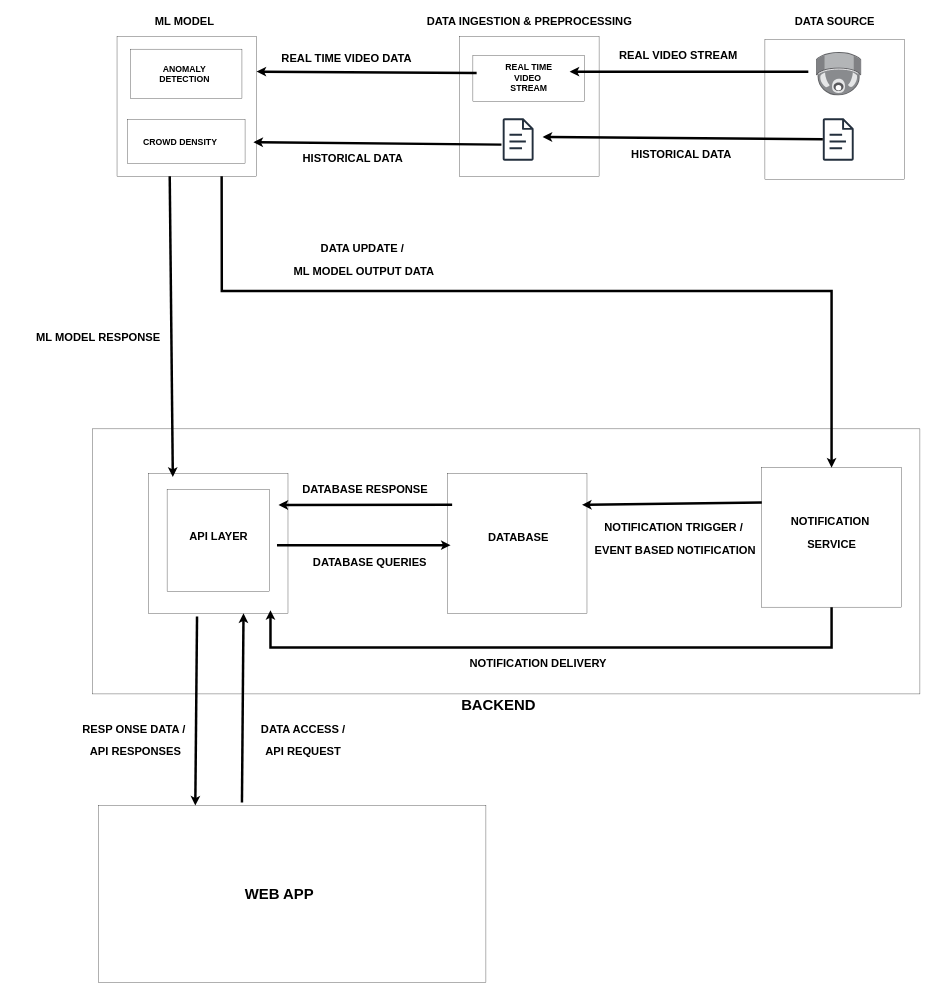
The draw.io diagram Untitled Diagram.drawio in akhil888binoy/60DaysOfDevOps, before the edit. Source tidied: cells renumbered, new cells numbered last; positions are measured from the earlier drawing's top-left corner, leaving out a move shared by most shapes. Both pictures are drawn from the tidied source at 31%, with x=0, y=0 at pixel (24, 15).
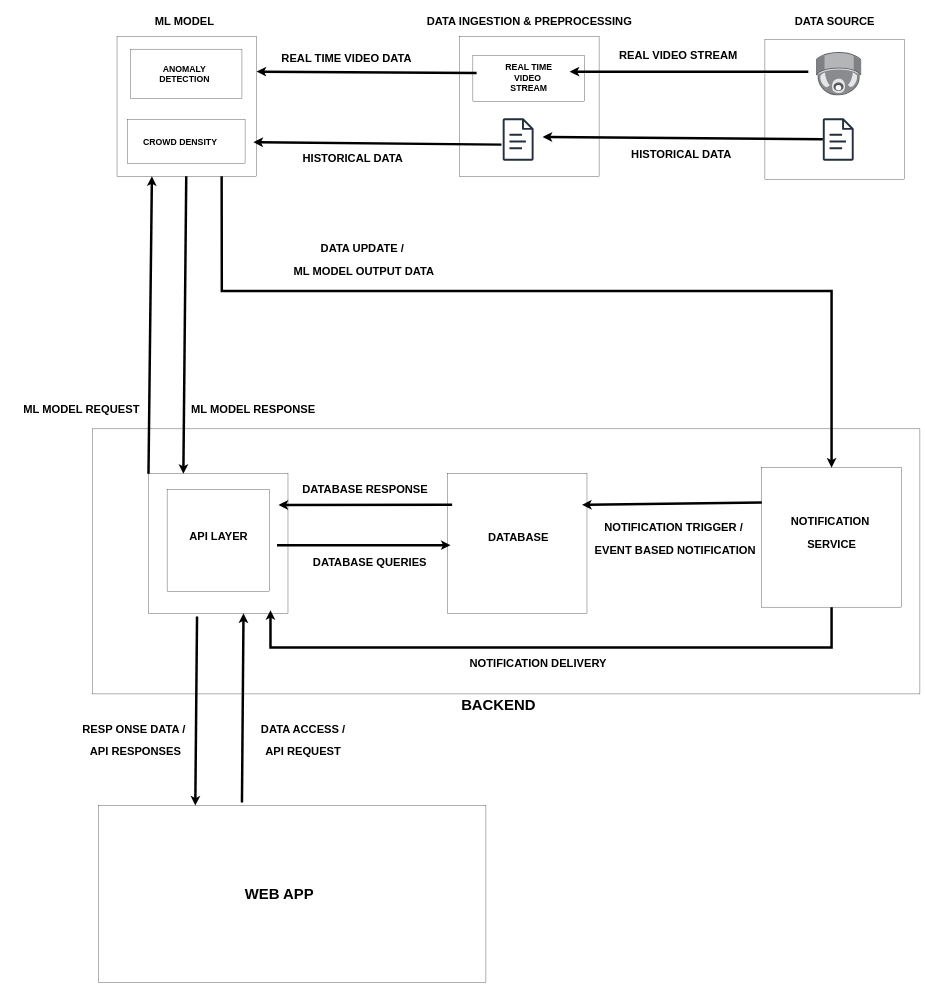
Above is the later version.

The change refers to these unchanged cells:
```xml
<mxCell id="14" style="whiteSpace=wrap;html=1;" parent="1" vertex="1">
  <mxGeometry x="300" y="70" width="450" height="450" as="geometry" />
</mxCell>
<mxCell id="23" style="whiteSpace=wrap;html=1;" parent="1" vertex="1">
  <mxGeometry x="401.5" y="1480" width="450" height="450" as="geometry" />
</mxCell>
```

Change to the diagram source:
```diff
@@
+    <mxCell id="53" style="endArrow=classic;html=1;rounded=0;strokeWidth=8;entryX=0.25;entryY=1;entryDx=0;entryDy=0;exitX=0;exitY=0;exitDx=0;exitDy=0;" parent="1" edge="1" source="23" target="14">
+      <mxGeometry relative="1" as="geometry" />
+    </mxCell>
-    <mxCell id="34" style="endArrow=classic;html=1;rounded=0;strokeWidth=8;entryX=0.25;entryY=0;entryDx=0;entryDy=0;" parent="1" edge="1">
+    <mxCell id="34" style="endArrow=classic;html=1;rounded=0;strokeWidth=8;entryX=0.25;entryY=0;entryDx=0;entryDy=0;" parent="1" edge="1" target="23">
       <mxGeometry relative="1" as="geometry">
-        <mxPoint x="470" y="520" as="sourcePoint" />
-        <mxPoint x="480" y="1490" as="targetPoint" />
+        <mxPoint x="523.3" y="520" as="sourcePoint" />
       </mxGeometry>
     </mxCell>
@@
+    <mxCell id="54" value="&lt;h2&gt;ML MODEL REQUEST&lt;/h2&gt;" style="text;strokeColor=none;fillColor=none;html=1;fontSize=24;fontStyle=1;verticalAlign=middle;align=center;" parent="1" vertex="1">
+      <mxGeometry x="-60" y="1250" width="490" height="40" as="geometry" />
+    </mxCell>
     <mxCell id="40" value="&lt;h2&gt;ML MODEL RESPONSE&lt;/h2&gt;" style="text;strokeColor=none;fillColor=none;html=1;fontSize=24;fontStyle=1;verticalAlign=middle;align=center;" parent="1" vertex="1">
-      <mxGeometry y="1020" width="477" height="40" as="geometry" />
+      <mxGeometry x="500" y="1250" width="477" height="40" as="geometry" />
     </mxCell>
```
